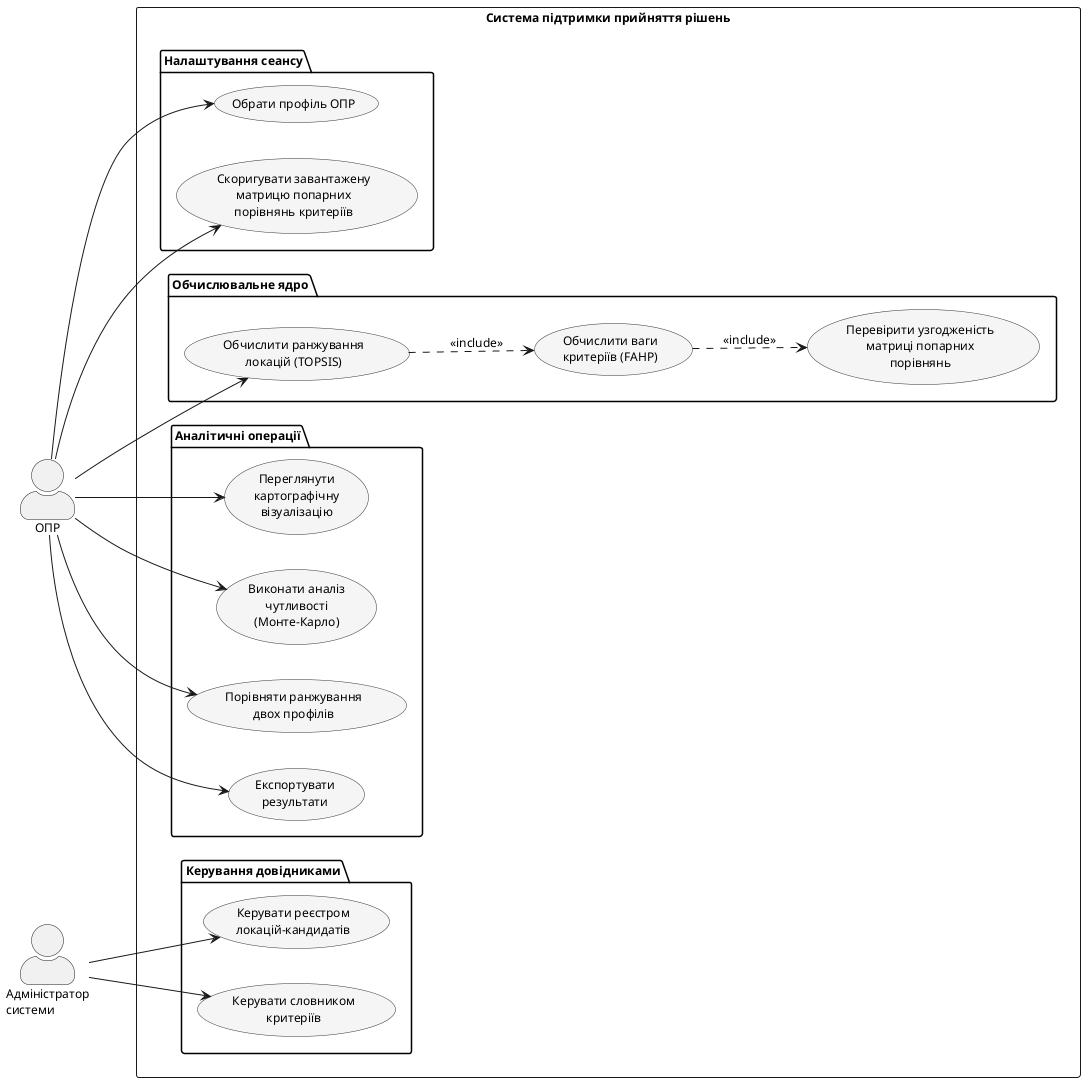
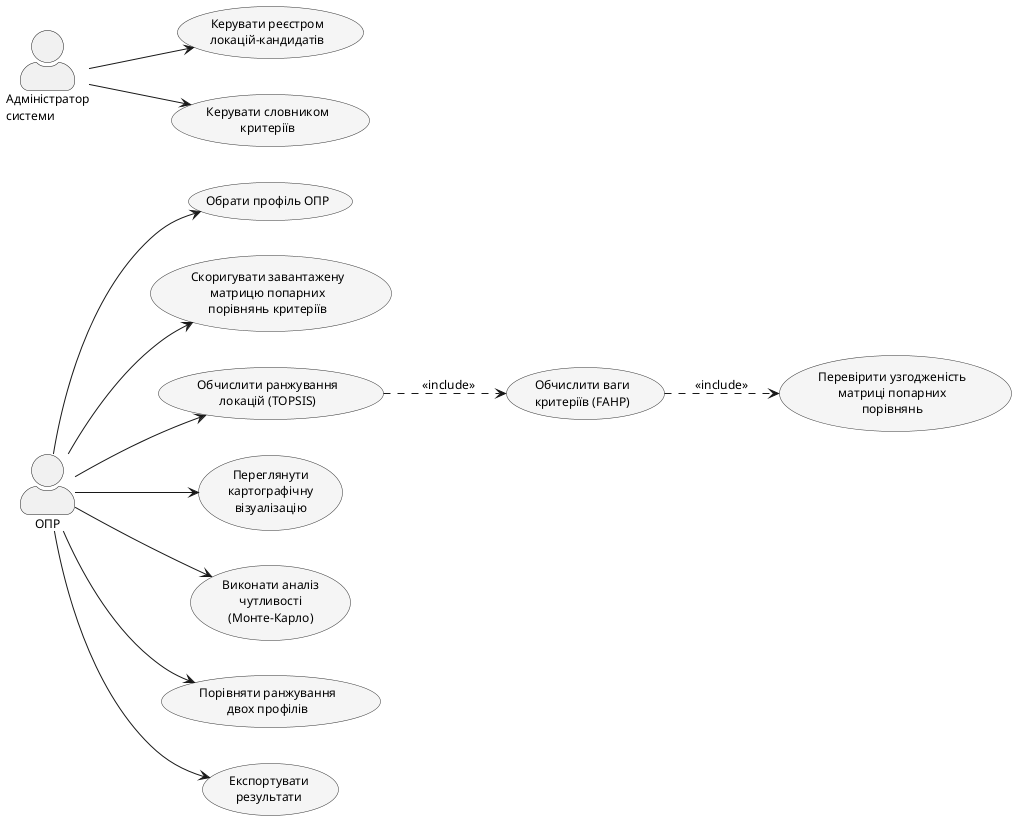
@startuml
' Рис. 2.1. Діаграма варіантів використання системи
left to right direction
skinparam shadowing false
skinparam defaultFontName "Times New Roman"
skinparam defaultFontSize 12
skinparam actorStyle awesome
skinparam usecase {
    BackgroundColor #f5f5f5
    BorderColor #333333
}

actor "ОПР" as OPR
actor "Адміністратор\nсистеми" as ADM

- rectangle "Система підтримки прийняття рішень" {
- 
-     package "Налаштування сеансу" {
-         usecase "Обрати профіль ОПР" as UC1
-         usecase "Скоригувати завантажену\nматрицю попарних\nпорівнянь критеріїв" as UC2
-     }
- 
-     package "Обчислювальне ядро" {
-         usecase "Обчислити ваги\nкритеріїв (FAHP)" as UC3
-         usecase "Перевірити узгодженість\nматриці попарних\nпорівнянь" as UC3a
-         usecase "Обчислити ранжування\nлокацій (TOPSIS)" as UC4
-     }
- 
-     package "Аналітичні операції" {
-         usecase "Переглянути\nкартографічну\nвізуалізацію" as UC5
-         usecase "Виконати аналіз\nчутливості\n(Монте-Карло)" as UC6
-         usecase "Порівняти ранжування\nдвох профілів" as UC7
-         usecase "Експортувати\nрезультати" as UC8
-     }
- 
-     package "Керування довідниками" {
-         usecase "Керувати реєстром\nлокацій-кандидатів" as UC9
-         usecase "Керувати словником\nкритеріїв" as UC10
-     }
- }
+ usecase "Обрати профіль ОПР" as UC1
+ usecase "Скоригувати завантажену\nматрицю попарних\nпорівнянь критеріїв" as UC2
+ usecase "Обчислити ваги\nкритеріїв (FAHP)" as UC3
+ usecase "Перевірити узгодженість\nматриці попарних\nпорівнянь" as UC3a
+ usecase "Обчислити ранжування\nлокацій (TOPSIS)" as UC4
+ usecase "Переглянути\nкартографічну\nвізуалізацію" as UC5
+ usecase "Виконати аналіз\nчутливості\n(Монте-Карло)" as UC6
+ usecase "Порівняти ранжування\nдвох профілів" as UC7
+ usecase "Експортувати\nрезультати" as UC8
+ usecase "Керувати реєстром\nлокацій-кандидатів" as UC9
+ usecase "Керувати словником\nкритеріїв" as UC10

OPR --> UC1
OPR --> UC2
OPR --> UC4
OPR --> UC5
OPR --> UC6
OPR --> UC7
OPR --> UC8

ADM --> UC9
ADM --> UC10

UC4 ..> UC3 : <<include>>
UC3 ..> UC3a : <<include>>

@enduml
